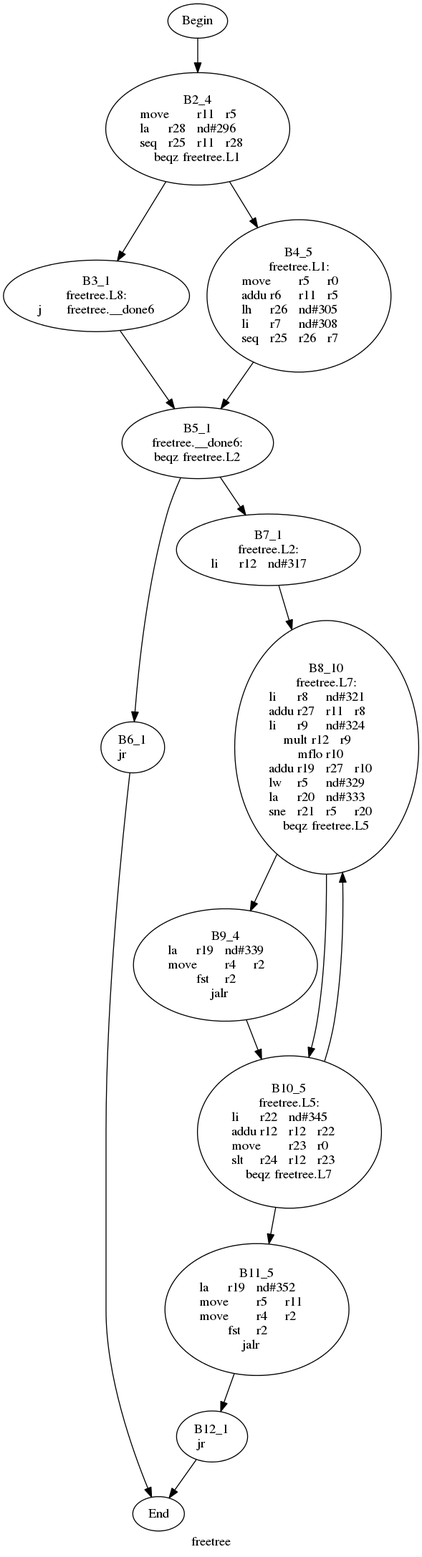
qixianbd/partition_wqm_new_one keeps this Graphviz diagram as testcase/dot_file/freetree_prev.dot.png. Above is the earlier version. Its source is kept beside it as testcase/dot_file/freetree_prev.dot. Source of this version:
```dot
digraph G{
	label = "freetree"	style = "dashed";
	color = purple;
	Node0 [label = "Begin"];
	Node0 -> {Node2 }
	Node1 [label = "End"];
	Node1 -> {}
	Node2 [label = "B2_4\nmove	r11	r5	\nla	r28	nd#296	\nseq	r25	r11	r28	\nbeqz	freetree.L1\n"];
	Node2 -> {Node3 Node4 }
	Node3 [label = "B3_1\nfreetree.L8:\nj	freetree.__done6\n"];
	Node3 -> {Node5 }
	Node4 [label = "B4_5\nfreetree.L1:\nmove	r5	r0	\naddu	r6	r11	r5	\nlh	r26	nd#305	\nli	r7	nd#308	\nseq	r25	r26	r7	\n"];
	Node4 -> {Node5 }
	Node5 [label = "B5_1\nfreetree.__done6:\nbeqz	freetree.L2\n"];
	Node5 -> {Node6 Node7 }
	Node6 [label = "B6_1\njr	\n"];
	Node6 -> {Node1 }
	Node7 [label = "B7_1\nfreetree.L2:\nli	r12	nd#317	\n"];
	Node7 -> {Node8 }
	Node8 [label = "B8_10\nfreetree.L7:\nli	r8	nd#321	\naddu	r27	r11	r8	\nli	r9	nd#324	\nmult	r12	r9	\nmflo	r10	\naddu	r19	r27	r10	\nlw	r5	nd#329	\nla	r20	nd#333	\nsne	r21	r5	r20	\nbeqz	freetree.L5\n"];
	Node8 -> {Node9 Node10 }
	Node9 [label = "B9_4\nla	r19	nd#339	\nmove	r4	r2	\nfst	r2	\njalr	\n"];
	Node9 -> {Node10 }
	Node10 [label = "B10_5\nfreetree.L5:\nli	r22	nd#345	\naddu	r12	r12	r22	\nmove	r23	r0	\nslt	r24	r12	r23	\nbeqz	freetree.L7\n"];
	Node10 -> {Node11 Node8 }
	Node11 [label = "B11_5\nla	r19	nd#352	\nmove	r5	r11	\nmove	r4	r2	\nfst	r2	\njalr	\n"];
	Node11 -> {Node12 }
	Node12 [label = "B12_1\njr	\n"];
	Node12 -> {Node1 }
}
```
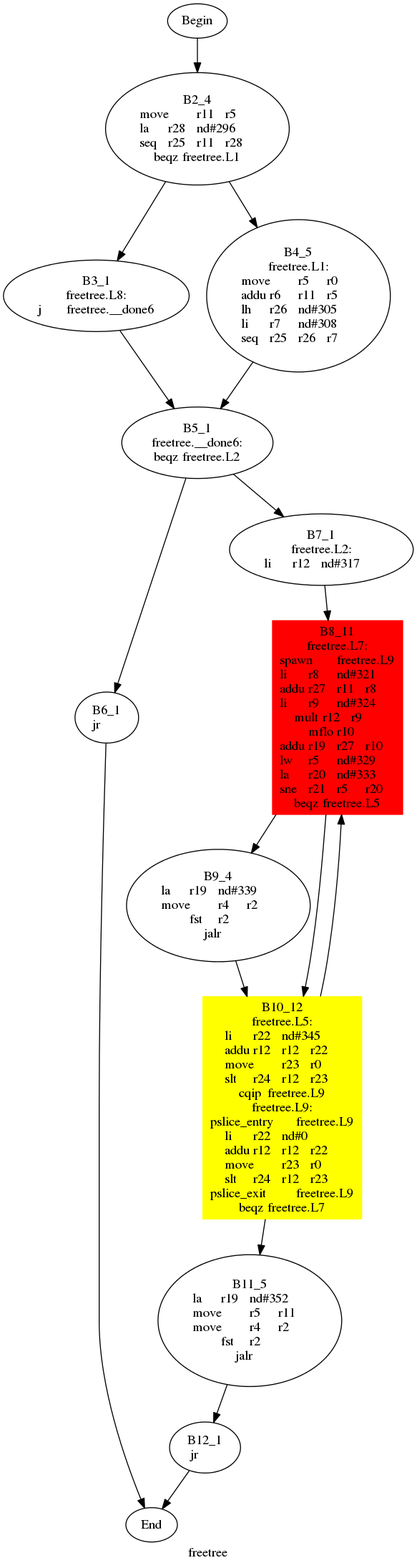
The same file after the commit.

The edit, as a diff of the source:
```diff
@@ -17,14 +17,16 @@
 	Node6 -> {Node1 }
 	Node7 [label = "B7_1\nfreetree.L2:\nli	r12	nd#317	\n"];
 	Node7 -> {Node8 }
-	Node8 [label = "B8_10\nfreetree.L7:\nli	r8	nd#321	\naddu	r27	r11	r8	\nli	r9	nd#324	\nmult	r12	r9	\nmflo	r10	\naddu	r19	r27	r10	\nlw	r5	nd#329	\nla	r20	nd#333	\nsne	r21	r5	r20	\nbeqz	freetree.L5\n"];
+	Node8 [label = "B8_11\nfreetree.L7:\nspawn	freetree.L9\nli	r8	nd#321	\naddu	r27	r11	r8	\nli	r9	nd#324	\nmult	r12	r9	\nmflo	r10	\naddu	r19	r27	r10	\nlw	r5	nd#329	\nla	r20	nd#333	\nsne	r21	r5	r20	\nbeqz	freetree.L5\n"];
 	Node8 -> {Node9 Node10 }
 	Node9 [label = "B9_4\nla	r19	nd#339	\nmove	r4	r2	\nfst	r2	\njalr	\n"];
 	Node9 -> {Node10 }
-	Node10 [label = "B10_5\nfreetree.L5:\nli	r22	nd#345	\naddu	r12	r12	r22	\nmove	r23	r0	\nslt	r24	r12	r23	\nbeqz	freetree.L7\n"];
+	Node10 [label = "B10_12\nfreetree.L5:\nli	r22	nd#345	\naddu	r12	r12	r22	\nmove	r23	r0	\nslt	r24	r12	r23	\ncqip	freetree.L9\nfreetree.L9:\npslice_entry	freetree.L9\nli	r22	nd#0	\naddu	r12	r12	r22	\nmove	r23	r0	\nslt	r24	r12	r23	\npslice_exit	freetree.L9\nbeqz	freetree.L7\n"];
 	Node10 -> {Node11 Node8 }
 	Node11 [label = "B11_5\nla	r19	nd#352	\nmove	r5	r11	\nmove	r4	r2	\nfst	r2	\njalr	\n"];
 	Node11 -> {Node12 }
 	Node12 [label = "B12_1\njr	\n"];
 	Node12 -> {Node1 }
+	Node8 [shape = box ,style=filled ,color=red];
+	Node10 [shape = polygon ,style=filled ,color=yellow];
 }
```
